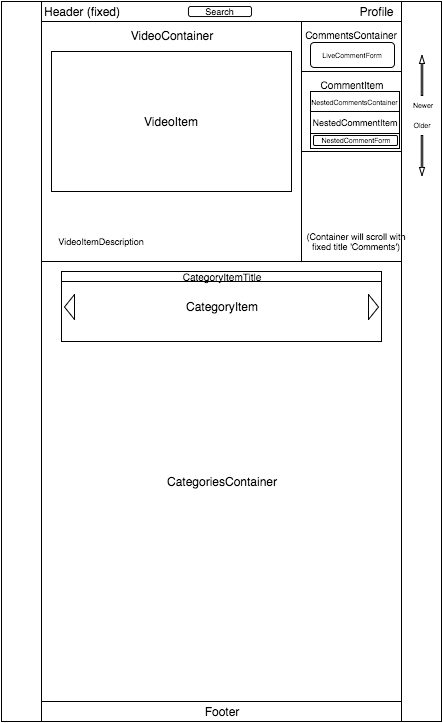
Earlier version of the draw.io export docs/wireframes/Play_view_w_comments.png (erhsparks/Hulubaloo). Source tidied: cells renumbered, new cells last; positions are measured from the earlier drawing's top-left corner, leaving out a move shared by most shapes. The source it was exported from:
```xml
<mxGraphModel background="#ffffff">
  <root>
    <mxCell id="0" />
    <mxCell id="1" parent="0" />
    <mxCell id="2" style="whiteSpace=wrap;html=1;" parent="1" vertex="1">
      <mxGeometry width="440" height="720" as="geometry" />
    </mxCell>
    <mxCell id="3" style="whiteSpace=wrap;html=1;" parent="1" vertex="1">
      <mxGeometry x="40" width="360" height="700" as="geometry" />
    </mxCell>
    <mxCell id="4" value="Footer" style="whiteSpace=wrap;html=1;" parent="1" vertex="1">
      <mxGeometry x="40" y="700" width="360" height="20" as="geometry" />
    </mxCell>
    <mxCell id="5" style="whiteSpace=wrap;html=1;verticalAlign=top;align=left;" parent="1" vertex="1">
      <mxGeometry x="40" width="360" height="260" as="geometry" />
    </mxCell>
    <mxCell id="6" value="&lt;div style=&quot;text-align: left&quot;&gt;&lt;span&gt;Header (fixed)&lt;/span&gt;&lt;/div&gt;" style="whiteSpace=wrap;html=1;align=left;" parent="1" vertex="1">
      <mxGeometry x="40" width="360" height="20" as="geometry" />
    </mxCell>
    <mxCell id="7" value="Profile" style="text;html=1;strokeColor=none;fillColor=none;align=center;verticalAlign=middle;whiteSpace=wrap;" parent="1" vertex="1">
      <mxGeometry x="351" width="49" height="20" as="geometry" />
    </mxCell>
    <mxCell id="8" value="Search" style="rounded=1;whiteSpace=wrap;html=1;arcSize=23;fontSize=9;" parent="1" vertex="1">
      <mxGeometry x="187" y="5" width="63" height="10" as="geometry" />
    </mxCell>
    <mxCell id="9" value="CategoriesContainer" style="whiteSpace=wrap;html=1;" parent="1" vertex="1">
      <mxGeometry x="40" y="260" width="360" height="440" as="geometry" />
    </mxCell>
    <mxCell id="10" value="CategoryItem" style="whiteSpace=wrap;html=1;" parent="1" vertex="1">
      <mxGeometry x="60" y="270" width="320" height="70" as="geometry" />
    </mxCell>
    <mxCell id="11" style="triangle;whiteSpace=wrap;html=1;" parent="1" vertex="1">
      <mxGeometry x="367" y="293" width="10" height="25" as="geometry" />
    </mxCell>
    <mxCell id="12" style="triangle;whiteSpace=wrap;html=1;direction=west;" parent="1" vertex="1">
      <mxGeometry x="63" y="293" width="10" height="25" as="geometry" />
    </mxCell>
    <mxCell id="13" value="CategoryItemTitle" style="whiteSpace=wrap;html=1;fontSize=10;" parent="1" vertex="1">
      <mxGeometry x="60" y="270" width="320" height="10" as="geometry" />
    </mxCell>
    <mxCell id="14" value="CommentsContainer" style="whiteSpace=wrap;html=1;strokeColor=#000000;fontSize=10;fontColor=#000000;align=center;verticalAlign=top;" parent="1" vertex="1">
      <mxGeometry x="300" y="20" width="100" height="240" as="geometry" />
    </mxCell>
    <mxCell id="15" value="CommentItem" style="whiteSpace=wrap;html=1;strokeColor=#000000;fontSize=10;fontColor=#000000;align=center;verticalAlign=top;" parent="1" vertex="1">
      <mxGeometry x="300" y="70" width="100" height="80" as="geometry" />
    </mxCell>
    <mxCell id="16" value="(Container will scroll with fixed title 'Comments')" style="text;html=1;strokeColor=none;fillColor=none;align=center;verticalAlign=middle;whiteSpace=wrap;fontSize=9;fontColor=#000000;" parent="1" vertex="1">
      <mxGeometry x="300" y="225" width="110" height="30" as="geometry" />
    </mxCell>
    <mxCell id="17" value="VideoContainer" style="whiteSpace=wrap;html=1;strokeColor=#000000;fontSize=12;fontColor=#000000;align=center;verticalAlign=top;" parent="1" vertex="1">
      <mxGeometry x="40" y="20" width="260" height="240" as="geometry" />
    </mxCell>
    <mxCell id="18" value="VideoItem" style="whiteSpace=wrap;html=1;strokeColor=#000000;fontSize=12;fontColor=#000000;align=center;" parent="1" vertex="1">
      <mxGeometry x="50" y="50" width="240" height="140" as="geometry" />
    </mxCell>
    <mxCell id="19" value="VideoItemDescription" style="text;html=1;strokeColor=none;fillColor=none;align=center;verticalAlign=middle;whiteSpace=wrap;fontSize=9;fontColor=#000000;" parent="1" vertex="1">
      <mxGeometry x="50" y="230" width="100" height="20" as="geometry" />
    </mxCell>
    <mxCell id="20" value="LiveCommentForm" style="rounded=1;whiteSpace=wrap;html=1;shadow=0;labelBackgroundColor=none;strokeColor=#000000;fillColor=#FFFFFF;fontSize=7;fontColor=#000000;align=center;" parent="1" vertex="1">
      <mxGeometry x="309" y="41" width="84" height="25" as="geometry" />
    </mxCell>
    <mxCell id="21" value="NestedCommentsContainer" style="whiteSpace=wrap;html=1;shadow=0;labelBackgroundColor=none;strokeColor=#000000;fillColor=#FFFFFF;fontSize=7;fontColor=#000000;align=center;verticalAlign=top;" parent="1" vertex="1">
      <mxGeometry x="309" y="90" width="89" height="57" as="geometry" />
    </mxCell>
    <mxCell id="22" value="NestedCommentItem" style="whiteSpace=wrap;html=1;strokeColor=#000000;fontSize=9;fontColor=#000000;align=center;" parent="1" vertex="1">
      <mxGeometry x="309" y="110" width="89" height="22" as="geometry" />
    </mxCell>
    <mxCell id="23" value="NestedCommentForm" style="rounded=1;whiteSpace=wrap;html=1;shadow=0;labelBackgroundColor=none;strokeColor=#000000;fillColor=#FFFFFF;fontSize=7;fontColor=#000000;align=center;" parent="1" vertex="1">
      <mxGeometry x="312" y="134" width="84" height="10" as="geometry" />
    </mxCell>
    <mxCell id="24" style="shape=singleArrow;direction=north;whiteSpace=wrap;html=1;shadow=0;labelBackgroundColor=none;strokeColor=#000000;fillColor=#FFFFFF;fontSize=7;fontColor=#000000;align=center;" parent="1" vertex="1">
      <mxGeometry x="418" y="54" width="5" height="40" as="geometry" />
    </mxCell>
    <mxCell id="25" style="shape=singleArrow;direction=south;whiteSpace=wrap;html=1;shadow=0;labelBackgroundColor=none;strokeColor=#000000;fillColor=#FFFFFF;fontSize=7;fontColor=#000000;align=center;" parent="1" vertex="1">
      <mxGeometry x="418" y="134" width="5" height="40" as="geometry" />
    </mxCell>
    <mxCell id="26" value="Newer" style="text;html=1;strokeColor=none;fillColor=none;align=center;verticalAlign=middle;whiteSpace=wrap;shadow=0;labelBackgroundColor=none;fontSize=7;fontColor=#000000;" parent="1" vertex="1">
      <mxGeometry x="406" y="94" width="30" height="20" as="geometry" />
    </mxCell>
    <mxCell id="27" value="Older" style="text;html=1;strokeColor=none;fillColor=none;align=center;verticalAlign=middle;whiteSpace=wrap;shadow=0;labelBackgroundColor=none;fontSize=7;fontColor=#000000;" parent="1" vertex="1">
      <mxGeometry x="406" y="114" width="30" height="20" as="geometry" />
    </mxCell>
  </root>
</mxGraphModel>
```
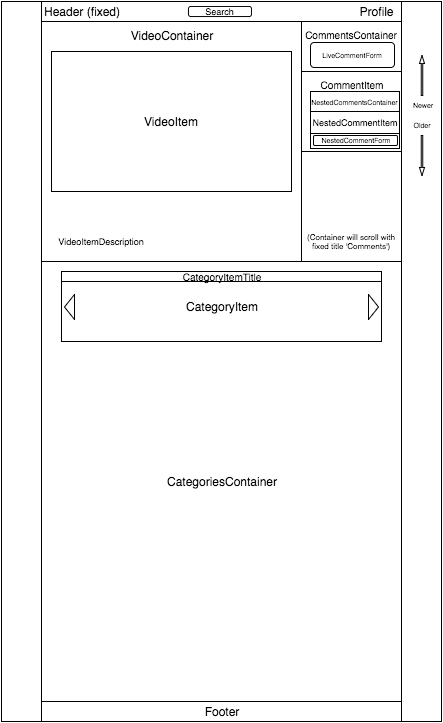
Above is the later version.

Commit message:
fix alignment issue in comments container

What changed in the source:
```diff
@@ -44,8 +44,8 @@
     <mxCell id="15" value="CommentItem" style="whiteSpace=wrap;html=1;strokeColor=#000000;fontSize=10;fontColor=#000000;align=center;verticalAlign=top;" parent="1" vertex="1">
       <mxGeometry x="300" y="70" width="100" height="80" as="geometry" />
     </mxCell>
-    <mxCell id="16" value="(Container will scroll with fixed title 'Comments')" style="text;html=1;strokeColor=none;fillColor=none;align=center;verticalAlign=middle;whiteSpace=wrap;fontSize=9;fontColor=#000000;" parent="1" vertex="1">
-      <mxGeometry x="300" y="225" width="110" height="30" as="geometry" />
+    <mxCell id="16" value="(Container will scroll with fixed title 'Comments')" style="text;html=1;strokeColor=none;fillColor=none;align=center;verticalAlign=middle;whiteSpace=wrap;fontSize=8;fontColor=#000000;" parent="1" vertex="1">
+      <mxGeometry x="300" y="225" width="100" height="30" as="geometry" />
     </mxCell>
     <mxCell id="17" value="VideoContainer" style="whiteSpace=wrap;html=1;strokeColor=#000000;fontSize=12;fontColor=#000000;align=center;verticalAlign=top;" parent="1" vertex="1">
       <mxGeometry x="40" y="20" width="260" height="240" as="geometry" />
```
